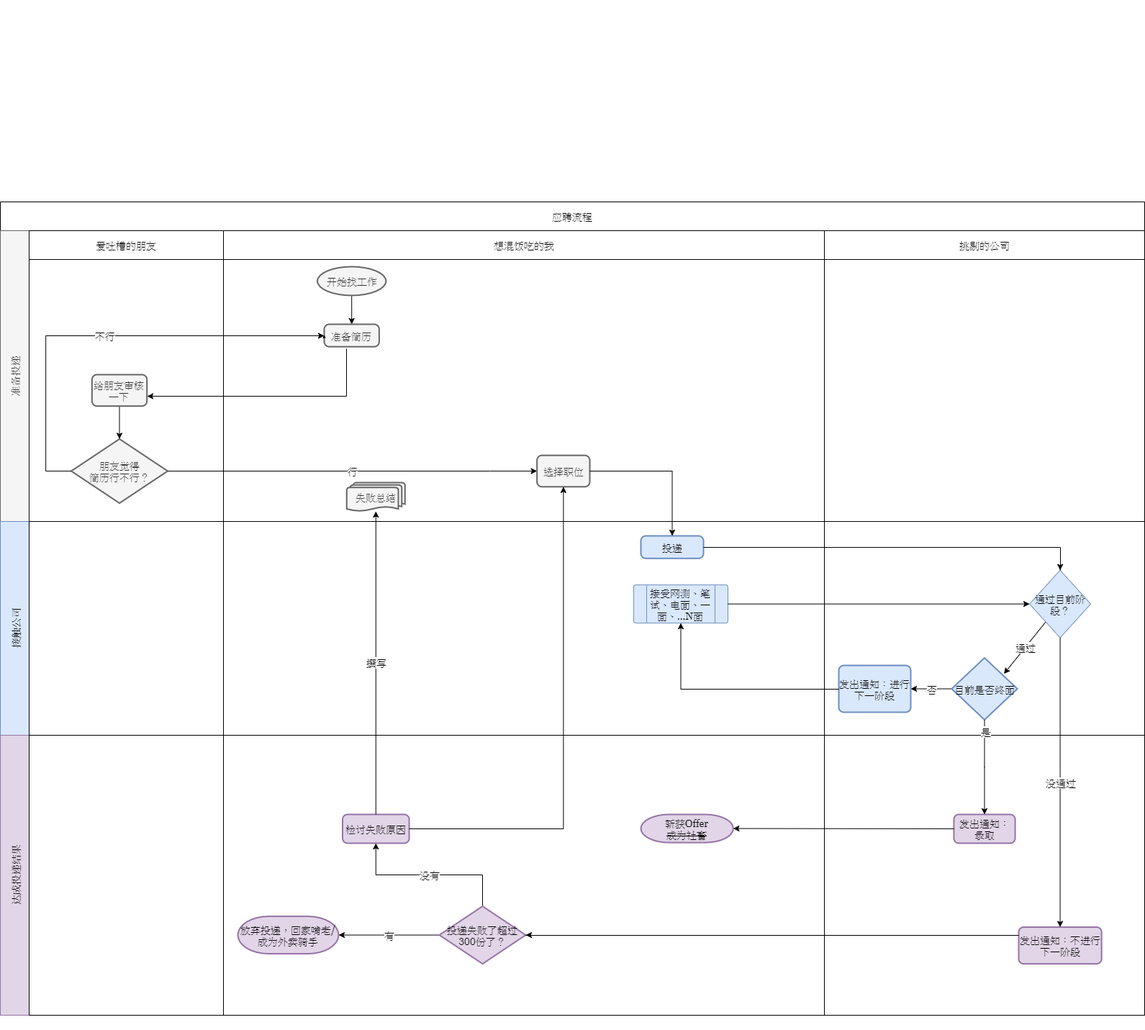
The draw.io diagram crossJobSeeking.png in Ryuuko/drawIo, before a commit. Source tidied: cells renumbered, new cells last; positions are measured from the earlier drawing's top-left corner, leaving out a move shared by most shapes.
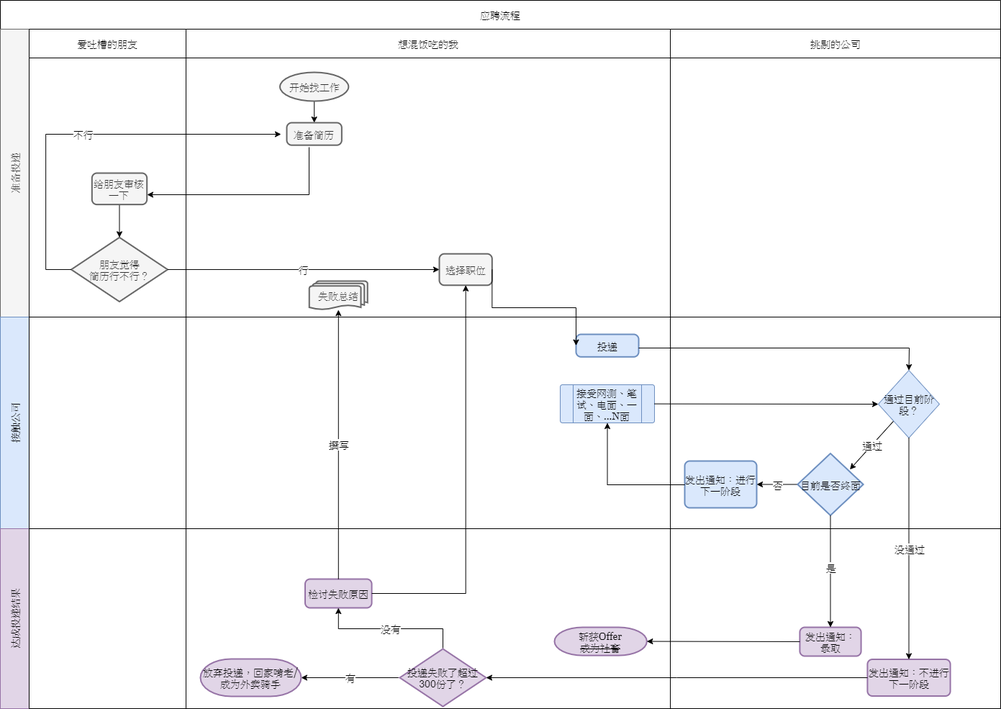
The same file after the commit.

The edit, as a diff of the source:
```diff
@@ -2,17 +2,14 @@
   <root>
     <mxCell id="0" />
     <mxCell id="1" parent="0" />
-    <mxCell id="2" style="group;fontStyle=0;" parent="1" vertex="1">
-      <mxGeometry x="70" width="1520" height="1430" as="geometry" />
-    </mxCell>
-    <mxCell id="3" value="应聘流程" style="shape=table;rowLines=0;columnLines=0;startSize=40;html=1;whiteSpace=wrap;fontStyle=0;fontSize=14;" parent="2" vertex="1">
-      <mxGeometry x="-70" y="280" width="1590" height="1130" as="geometry" />
+    <mxCell id="3" value="应聘流程" style="shape=table;rowLines=0;columnLines=0;startSize=40;html=1;whiteSpace=wrap;fontStyle=0;fontSize=14;" parent="1" vertex="1">
+      <mxGeometry x="-10" y="300" width="1390" height="984" as="geometry" />
     </mxCell>
     <mxCell id="4" value="&lt;span style=&quot;font-weight: normal&quot;&gt;准备投递&lt;/span&gt;" style="swimlane;horizontal=0;startSize=40;html=1;whiteSpace=wrap;fontSize=14;fillColor=#f5f5f5;strokeColor=#666666;fontColor=#333333;" parent="3" vertex="1">
-      <mxGeometry y="40" width="1590" height="404" as="geometry" />
+      <mxGeometry y="40" width="1390" height="400" as="geometry" />
     </mxCell>
     <mxCell id="5" value="&lt;span style=&quot;font-weight: normal&quot;&gt;爱吐槽的朋友&lt;/span&gt;" style="swimlane;startSize=40;html=1;whiteSpace=wrap;fontSize=14;" parent="4" vertex="1">
-      <mxGeometry x="40" width="270" height="404" as="geometry" />
+      <mxGeometry x="40" width="218" height="400" as="geometry" />
     </mxCell>
     <mxCell id="6" style="edgeStyle=orthogonalEdgeStyle;rounded=0;jettySize=auto;html=1;entryX=0.5;entryY=0;entryDx=0;entryDy=0;entryPerimeter=0;fontSize=14;fontFamily=Georgia;" parent="5" edge="1" source="7" target="8">
       <mxGeometry relative="1" as="geometry" />
@@ -24,29 +21,29 @@
       <mxGeometry x="58.5" y="289.4" width="133.9" height="89.2" as="geometry" />
     </mxCell>
     <mxCell id="9" value="&lt;span style=&quot;font-weight: normal&quot;&gt;想混饭吃的我&lt;/span&gt;" style="swimlane;startSize=40;html=1;whiteSpace=wrap;fontSize=14;" parent="4" vertex="1">
-      <mxGeometry x="310" width="835" height="404" as="geometry" />
+      <mxGeometry x="258" width="673" height="400" as="geometry" />
     </mxCell>
     <mxCell id="10" style="edgeStyle=orthogonalEdgeStyle;rounded=0;jettySize=auto;html=1;entryX=0.5;entryY=0;entryDx=0;entryDy=0;fontSize=14;fontFamily=Georgia;" parent="9" edge="1" source="11" target="12">
       <mxGeometry relative="1" as="geometry" />
     </mxCell>
     <mxCell id="11" value="开始找工作" style="strokeWidth=2;html=1;shape=mxgraph.flowchart.start_1;whiteSpace=wrap;fontSize=14;fontFamily=Georgia;fillColor=#f5f5f5;strokeColor=#666666;fontColor=#333333;" parent="9" vertex="1">
-      <mxGeometry x="130.5" y="50" width="95.3" height="40" as="geometry" />
+      <mxGeometry x="130.5" y="60" width="95.3" height="40" as="geometry" />
     </mxCell>
     <mxCell id="12" value="准备简历" style="rounded=1;whiteSpace=wrap;html=1;absoluteArcSize=1;arcSize=14;strokeWidth=2;fontSize=14;fontFamily=Georgia;fillColor=#f5f5f5;strokeColor=#666666;fontColor=#333333;" parent="9" vertex="1">
       <mxGeometry x="140" y="130" width="76.4" height="31.2" as="geometry" />
     </mxCell>
     <mxCell id="13" value="&lt;font style=&quot;font-size: 14px;&quot;&gt;选择职位&lt;/font&gt;" style="rounded=1;whiteSpace=wrap;html=1;absoluteArcSize=1;arcSize=14;strokeWidth=2;fontSize=14;fontFamily=Georgia;fillColor=#f5f5f5;strokeColor=#666666;fontColor=#333333;" parent="9" vertex="1">
-      <mxGeometry x="435.7" y="312.1" width="73.3" height="43.7" as="geometry" />
+      <mxGeometry x="352" y="312.1" width="73.3" height="43.7" as="geometry" />
     </mxCell>
     <mxCell id="14" value="失败总结" style="strokeWidth=2;html=1;shape=mxgraph.flowchart.multi-document;whiteSpace=wrap;fontSize=14;fillColor=#f5f5f5;strokeColor=#666666;fontColor=#333333;" parent="9" vertex="1">
       <mxGeometry x="171.3" y="350" width="81" height="40" as="geometry" />
     </mxCell>
     <mxCell id="15" value="&lt;span style=&quot;font-weight: normal&quot;&gt;挑剔的公司&lt;/span&gt;" style="swimlane;startSize=40;html=1;whiteSpace=wrap;fontSize=14;" parent="4" vertex="1">
-      <mxGeometry x="1145" width="445" height="404" as="geometry" />
+      <mxGeometry x="931" width="459" height="400" as="geometry" />
     </mxCell>
     <mxCell id="16" value="不行" style="edgeStyle=elbowEdgeStyle;rounded=0;jettySize=auto;html=1;fontSize=14;fontFamily=Georgia;exitX=0;exitY=0.5;exitDx=0;exitDy=0;exitPerimeter=0;" parent="4" edge="1" source="8">
       <mxGeometry relative="1" as="geometry">
-        <mxPoint x="450" y="146" as="targetPoint" />
+        <mxPoint x="390" y="146" as="targetPoint" />
         <Array as="points">
           <mxPoint x="63.1" y="300" />
         </Array>
@@ -61,52 +58,54 @@
         </Array>
       </mxGeometry>
     </mxCell>
-    <mxCell id="18" value="行" style="edgeStyle=elbowEdgeStyle;rounded=0;jettySize=auto;html=1;fontSize=14;entryX=0;entryY=0.5;entryDx=0;entryDy=0;" parent="4" edge="1" source="8" target="13">
+    <mxCell id="18" value="行" style="edgeStyle=elbowEdgeStyle;rounded=0;jettySize=auto;html=1;fontSize=14;entryX=0;entryY=0.5;entryDx=0;entryDy=0;exitX=1;exitY=0.5;exitDx=0;exitDy=0;exitPerimeter=0;" parent="4" edge="1" source="8" target="13">
       <mxGeometry relative="1" as="geometry">
         <Array as="points">
-          <mxPoint x="680" y="334" />
-          <mxPoint x="620" y="334" />
+          <mxPoint x="567.5" y="339.3" />
+          <mxPoint x="507.5" y="339.3" />
         </Array>
       </mxGeometry>
     </mxCell>
     <mxCell id="19" value="&lt;span style=&quot;font-weight: normal&quot;&gt;接触公司&lt;/span&gt;" style="swimlane;horizontal=0;startSize=40;html=1;whiteSpace=wrap;fontSize=14;fillColor=#dae8fc;strokeColor=#6c8ebf;" parent="3" vertex="1">
-      <mxGeometry y="444" width="1590" height="297" as="geometry" />
+      <mxGeometry y="440" width="1390" height="294" as="geometry" />
     </mxCell>
     <mxCell id="20" style="swimlane;startSize=0;html=1;whiteSpace=wrap;fontSize=14;" parent="19" vertex="1">
-      <mxGeometry x="40" width="270" height="297" as="geometry" />
+      <mxGeometry x="40" width="218" height="294" as="geometry" />
     </mxCell>
     <mxCell id="21" style="swimlane;startSize=0;html=1;whiteSpace=wrap;fontSize=14;" parent="19" vertex="1">
-      <mxGeometry x="310" width="835" height="297" as="geometry" />
+      <mxGeometry x="258" width="673" height="294" as="geometry" />
     </mxCell>
     <mxCell id="22" style="edgeStyle=none;rounded=0;orthogonalLoop=1;jettySize=auto;html=1;exitX=0.75;exitY=0;exitDx=0;exitDy=0;fontSize=14;" parent="21" edge="1" source="23" target="23">
       <mxGeometry relative="1" as="geometry" />
     </mxCell>
     <mxCell id="23" value="投递" style="rounded=1;whiteSpace=wrap;html=1;absoluteArcSize=1;arcSize=14;strokeWidth=2;fontSize=14;fontFamily=Georgia;fillColor=#dae8fc;strokeColor=#6c8ebf;" parent="21" vertex="1">
-      <mxGeometry x="580" y="20" width="87" height="31.3" as="geometry" />
+      <mxGeometry x="542" y="24" width="87" height="31.3" as="geometry" />
     </mxCell>
     <mxCell id="24" value="接受网测、笔试、电面、一面、...N面" style="verticalLabelPosition=middle;verticalAlign=middle;html=1;shape=process;whiteSpace=wrap;rounded=1;size=0.14;arcSize=6;labelBackgroundColor=none;sketch=0;fontFamily=Georgia;fontSize=14;labelPosition=center;align=center;labelBorderColor=none;fillColor=#dae8fc;strokeColor=#6c8ebf;" parent="21" vertex="1">
-      <mxGeometry x="570" y="88.1" width="131" height="53" as="geometry" />
+      <mxGeometry x="520" y="94" width="131" height="53" as="geometry" />
     </mxCell>
     <mxCell id="25" style="swimlane;startSize=0;html=1;whiteSpace=wrap;fontSize=14;" parent="19" vertex="1">
-      <mxGeometry x="1145" width="445" height="297" as="geometry" />
+      <mxGeometry x="931" width="459" height="294" as="geometry" />
     </mxCell>
     <mxCell id="26" value="通过" style="edgeStyle=none;rounded=0;jettySize=auto;html=1;entryX=0.796;entryY=0.258;entryDx=0;entryDy=0;entryPerimeter=0;fontSize=14;" parent="25" edge="1" source="27" target="30">
       <mxGeometry relative="1" as="geometry" />
     </mxCell>
+    <mxCell id="28" value="否" style="edgeStyle=none;rounded=0;jettySize=auto;html=1;entryX=1;entryY=0.5;entryDx=0;entryDy=0;fontSize=14;" parent="25" edge="1" source="30" target="29">
+      <mxGeometry relative="1" as="geometry" />
+    </mxCell>
     <mxCell id="27" value="通过目前阶段？" style="rhombus;whiteSpace=wrap;html=1;fontSize=14;fillColor=#dae8fc;strokeColor=#6c8ebf;" parent="25" vertex="1">
-      <mxGeometry x="285.1" y="67.7" width="85" height="93.9" as="geometry" />
+      <mxGeometry x="289" y="74" width="85" height="93.9" as="geometry" />
     </mxCell>
-    <mxCell id="28" value="否" style="edgeStyle=none;rounded=0;jettySize=auto;html=1;entryX=1;entryY=0.5;entryDx=0;entryDy=0;fontSize=14;" parent="25" edge="1" source="30" target="29">
-      <mxGeometry relative="1" as="geometry" />
-    </mxCell>
     <mxCell id="29" value="发出通知：进行下一阶段" style="rounded=1;whiteSpace=wrap;html=1;absoluteArcSize=1;arcSize=14;strokeWidth=2;fontSize=14;fillColor=#dae8fc;strokeColor=#6c8ebf;" parent="25" vertex="1">
       <mxGeometry x="20" y="200" width="100" height="65" as="geometry" />
     </mxCell>
     <mxCell id="30" value="目前是否终面" style="strokeWidth=2;html=1;shape=mxgraph.flowchart.decision;whiteSpace=wrap;fontSize=14;fillColor=#dae8fc;strokeColor=#6c8ebf;" parent="25" vertex="1">
       <mxGeometry x="176.9" y="189.5" width="91.3" height="86" as="geometry" />
     </mxCell>
-    <mxCell id="31" style="edgeStyle=none;rounded=0;jettySize=auto;html=1;fontSize=14;entryX=0;entryY=0.5;entryDx=0;entryDy=0;" parent="19" edge="1" source="24" target="27">
-      <mxGeometry relative="1" as="geometry" />
+    <mxCell id="31" style="edgeStyle=none;rounded=0;jettySize=auto;html=1;fontSize=14;" parent="19" edge="1" source="24">
+      <mxGeometry relative="1" as="geometry">
+        <mxPoint x="1220" y="121" as="targetPoint" />
+      </mxGeometry>
     </mxCell>
     <mxCell id="32" style="edgeStyle=elbowEdgeStyle;rounded=0;jettySize=auto;html=1;entryX=0.5;entryY=1;entryDx=0;entryDy=0;elbow=vertical;exitX=0;exitY=0.5;exitDx=0;exitDy=0;fontSize=14;" parent="19" edge="1" source="29" target="24">
       <mxGeometry relative="1" as="geometry">
@@ -115,27 +114,25 @@
         </Array>
       </mxGeometry>
     </mxCell>
-    <mxCell id="33" style="edgeStyle=elbowEdgeStyle;rounded=0;jettySize=auto;html=1;entryX=0.5;entryY=0;entryDx=0;entryDy=0;fontSize=14;" parent="19" edge="1" source="23" target="27">
+    <mxCell id="33" style="rounded=0;jettySize=auto;html=1;fontSize=14;entryX=0.5;entryY=0;entryDx=0;entryDy=0;" parent="19" edge="1" target="27">
       <mxGeometry relative="1" as="geometry">
+        <mxPoint x="887" y="43" as="sourcePoint" />
         <Array as="points">
-          <mxPoint x="1473" y="36" />
+          <mxPoint x="1263" y="43" />
         </Array>
       </mxGeometry>
     </mxCell>
     <mxCell id="34" value="达成投递结果" style="swimlane;horizontal=0;startSize=40;html=1;whiteSpace=wrap;fontSize=14;fontStyle=0;fillColor=#e1d5e7;strokeColor=#9673a6;" parent="3" vertex="1">
-      <mxGeometry y="741" width="1590" height="389" as="geometry" />
+      <mxGeometry y="734" width="1390" height="250" as="geometry" />
     </mxCell>
     <mxCell id="35" style="swimlane;startSize=0;html=1;whiteSpace=wrap;fontSize=14;" parent="34" vertex="1">
-      <mxGeometry x="40" width="270" height="389" as="geometry" />
+      <mxGeometry x="40" width="218" height="250" as="geometry" />
     </mxCell>
     <mxCell id="36" style="swimlane;startSize=0;html=1;whiteSpace=wrap;fontSize=14;" parent="34" vertex="1">
-      <mxGeometry x="310" width="835" height="389" as="geometry" />
+      <mxGeometry x="258" width="673" height="250" as="geometry" />
     </mxCell>
-    <mxCell id="37" value="斩获Offer&lt;br style=&quot;font-size: 14px;&quot;&gt;&lt;span style=&quot;font-size: 14px;&quot;&gt;&lt;strike style=&quot;font-size: 14px;&quot;&gt;成为社畜&lt;/strike&gt;&lt;/span&gt;" style="strokeWidth=2;html=1;shape=mxgraph.flowchart.terminator;whiteSpace=wrap;fontSize=14;fontFamily=Georgia;fillColor=#e1d5e7;strokeColor=#9673a6;" parent="36" vertex="1">
-      <mxGeometry x="580" y="110" width="128.4" height="39.1" as="geometry" />
-    </mxCell>
     <mxCell id="38" value="&lt;span style=&quot;font-family: georgia; font-size: 14px;&quot;&gt;检讨失败原因&lt;/span&gt;" style="rounded=1;whiteSpace=wrap;html=1;absoluteArcSize=1;arcSize=14;strokeWidth=2;fontSize=14;fillColor=#e1d5e7;strokeColor=#9673a6;" parent="36" vertex="1">
-      <mxGeometry x="165.5" y="110" width="92.6" height="40" as="geometry" />
+      <mxGeometry x="165.5" y="70" width="92.6" height="40" as="geometry" />
     </mxCell>
     <mxCell id="39" value="没有" style="edgeStyle=elbowEdgeStyle;rounded=0;jettySize=auto;elbow=vertical;html=1;entryX=0.5;entryY=1;entryDx=0;entryDy=0;fontSize=14;" parent="36" edge="1" source="41" target="38">
       <mxGeometry relative="1" as="geometry" />
@@ -143,23 +140,26 @@
     <mxCell id="40" value="有" style="edgeStyle=elbowEdgeStyle;rounded=0;jettySize=auto;html=1;entryX=1;entryY=0.5;entryDx=0;entryDy=0;entryPerimeter=0;fontSize=14;" parent="36" edge="1" source="41" target="42">
       <mxGeometry relative="1" as="geometry" />
     </mxCell>
+    <mxCell id="37" value="斩获Offer&lt;br style=&quot;font-size: 14px;&quot;&gt;&lt;span style=&quot;font-size: 14px;&quot;&gt;&lt;strike style=&quot;font-size: 14px;&quot;&gt;成为社畜&lt;/strike&gt;&lt;/span&gt;" style="strokeWidth=2;html=1;shape=mxgraph.flowchart.terminator;whiteSpace=wrap;fontSize=14;fontFamily=Georgia;fillColor=#e1d5e7;strokeColor=#9673a6;" parent="36" vertex="1">
+      <mxGeometry x="512" y="137" width="128.4" height="39.1" as="geometry" />
+    </mxCell>
+    <mxCell id="42" value="放弃投递，回家啃老/成为外卖骑手" style="strokeWidth=2;html=1;shape=mxgraph.flowchart.terminator;whiteSpace=wrap;fontSize=14;fontFamily=Georgia;fillColor=#e1d5e7;strokeColor=#9673a6;" parent="36" vertex="1">
+      <mxGeometry x="20" y="181" width="140" height="52" as="geometry" />
+    </mxCell>
     <mxCell id="41" value="&lt;font style=&quot;font-size: 14px&quot;&gt;投递失败了超过300份了？&lt;/font&gt;" style="strokeWidth=2;html=1;shape=mxgraph.flowchart.decision;whiteSpace=wrap;fontSize=14;fillColor=#e1d5e7;strokeColor=#9673a6;" parent="36" vertex="1">
-      <mxGeometry x="300" y="237.6" width="120" height="80" as="geometry" />
+      <mxGeometry x="297" y="167" width="120" height="80" as="geometry" />
     </mxCell>
-    <mxCell id="42" value="放弃投递，回家啃老/成为外卖骑手" style="strokeWidth=2;html=1;shape=mxgraph.flowchart.terminator;whiteSpace=wrap;fontSize=14;fontFamily=Georgia;fillColor=#e1d5e7;strokeColor=#9673a6;" parent="36" vertex="1">
-      <mxGeometry x="20" y="251.6" width="140" height="52" as="geometry" />
-    </mxCell>
     <mxCell id="43" style="swimlane;startSize=0;html=1;whiteSpace=wrap;fontSize=14;" parent="34" vertex="1">
-      <mxGeometry x="1145" width="445" height="389" as="geometry" />
+      <mxGeometry x="931" width="459" height="250" as="geometry" />
     </mxCell>
     <mxCell id="44" style="edgeStyle=none;rounded=0;orthogonalLoop=1;jettySize=auto;html=1;exitX=0.5;exitY=1;exitDx=0;exitDy=0;fontSize=14;" parent="43" edge="1" source="46" target="46">
       <mxGeometry relative="1" as="geometry" />
     </mxCell>
     <mxCell id="45" value="发出通知：录取" style="rounded=1;whiteSpace=wrap;html=1;absoluteArcSize=1;arcSize=14;strokeWidth=2;fontSize=14;fillColor=#e1d5e7;strokeColor=#9673a6;" parent="43" vertex="1">
-      <mxGeometry x="179.9" y="110" width="85.2" height="40" as="geometry" />
+      <mxGeometry x="179.9" y="137" width="85.2" height="40" as="geometry" />
     </mxCell>
     <mxCell id="46" value="发出通知：不进行下一阶段" style="rounded=1;whiteSpace=wrap;html=1;absoluteArcSize=1;arcSize=14;strokeWidth=2;fontSize=14;fillColor=#e1d5e7;strokeColor=#9673a6;" parent="43" vertex="1">
-      <mxGeometry x="270" y="266.6" width="115.2" height="51" as="geometry" />
+      <mxGeometry x="273.9" y="181.5" width="115.2" height="51" as="geometry" />
     </mxCell>
     <mxCell id="47" style="edgeStyle=none;rounded=0;jettySize=auto;html=1;entryX=1;entryY=0.5;entryDx=0;entryDy=0;entryPerimeter=0;fontSize=14;" parent="34" edge="1" source="45" target="37">
       <mxGeometry relative="1" as="geometry" />
@@ -178,23 +178,14 @@
     </mxCell>
     <mxCell id="52" value="是" style="edgeLabel;html=1;align=center;verticalAlign=middle;fontSize=14;" parent="51" vertex="1">
       <mxGeometry x="0.01" y="51" relative="1" as="geometry">
-        <mxPoint x="-50" y="-50" as="offset" />
+        <mxPoint x="-51" y="-5.8" as="offset" />
       </mxGeometry>
     </mxCell>
-    <mxCell id="53" style="edgeStyle=orthogonalEdgeStyle;rounded=0;jettySize=auto;html=1;fontSize=14;" parent="3" edge="1" source="38" target="13">
+    <mxCell id="53" style="edgeStyle=orthogonalEdgeStyle;rounded=0;jettySize=auto;html=1;fontSize=14;exitX=1;exitY=0.5;exitDx=0;exitDy=0;" parent="3" edge="1" source="38" target="13">
       <mxGeometry relative="1" as="geometry" />
     </mxCell>
-    <mxCell id="54" style="edgeStyle=elbowEdgeStyle;rounded=0;jettySize=auto;elbow=vertical;html=1;entryX=0.5;entryY=0;entryDx=0;entryDy=0;fontSize=14;exitX=1;exitY=0.5;exitDx=0;exitDy=0;" parent="3" edge="1" source="13" target="23">
-      <mxGeometry relative="1" as="geometry">
-        <Array as="points">
-          <mxPoint x="970" y="374" />
-        </Array>
-      </mxGeometry>
+    <mxCell id="54" style="rounded=0;jettySize=auto;elbow=vertical;html=1;entryX=0;entryY=0.5;entryDx=0;entryDy=0;fontSize=14;exitX=1;exitY=0.5;exitDx=0;exitDy=0;edgeStyle=elbowEdgeStyle;" parent="3" edge="1" source="13" target="23">
+      <mxGeometry relative="1" as="geometry" />
     </mxCell>
-    <mxCell id="55" style="edgeStyle=elbowEdgeStyle;rounded=0;jettySize=auto;elbow=vertical;html=1;fontSize=14;" parent="1" edge="1" source="12">
-      <mxGeometry relative="1" as="geometry">
-        <mxPoint x="450" y="465.6" as="targetPoint" />
-      </mxGeometry>
-    </mxCell>
   </root>
 </mxGraphModel>
```
